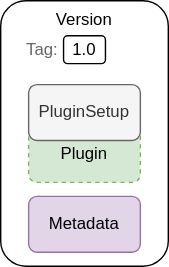
Above: packages/contracts/docs/core/01-how-it-works/02-framework/02-plugin-management/plugin-version.drawio.svg in aragon/osx (draw.io), before the change. Source tidied: cells renumbered, new cells last; positions are measured from the earlier drawing's top-left corner, leaving out a move shared by most shapes. Source of this version:
```xml
<mxGraphModel>
  <root>
    <mxCell id="0" />
    <mxCell id="1" parent="0" />
    <mxCell id="2" value="Version" style="rounded=1;whiteSpace=wrap;html=1;verticalAlign=top;strokeColor=#000000;align=center;" parent="1" vertex="1">
      <mxGeometry width="120" height="190" as="geometry" />
    </mxCell>
    <mxCell id="3" value="Plugin" style="rounded=1;whiteSpace=wrap;html=1;fillColor=#d5e8d4;strokeColor=#82b366;glass=0;sketch=0;shadow=0;dashed=1;" parent="1" vertex="1">
      <mxGeometry x="20" y="90" width="80" height="40" as="geometry" />
    </mxCell>
    <mxCell id="4" value="PluginSetup" style="rounded=1;whiteSpace=wrap;html=1;fillColor=#f5f5f5;strokeColor=#666666;fontColor=#333333;" parent="1" vertex="1">
      <mxGeometry x="20" y="60" width="80" height="40" as="geometry" />
    </mxCell>
    <mxCell id="5" value="1.0" style="rounded=1;whiteSpace=wrap;html=1;verticalAlign=middle;" parent="1" vertex="1">
      <mxGeometry x="45" y="25" width="30" height="20" as="geometry" />
    </mxCell>
    <mxCell id="6" value="Metadata" style="rounded=1;whiteSpace=wrap;html=1;fillColor=#e1d5e7;strokeColor=#9673a6;" parent="1" vertex="1">
      <mxGeometry x="20" y="140" width="80" height="40" as="geometry" />
    </mxCell>
    <mxCell id="7" value="Tag:" style="rounded=1;whiteSpace=wrap;html=1;verticalAlign=middle;fillColor=none;strokeColor=none;fontColor=#666666;" parent="1" vertex="1">
      <mxGeometry x="15" y="25" width="30" height="20" as="geometry" />
    </mxCell>
  </root>
</mxGraphModel>
```
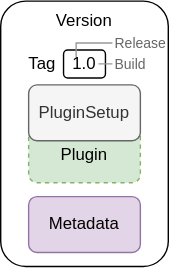
After the commit.

Diff of the diagram source:
```diff
@@ -12,13 +12,32 @@
       <mxGeometry x="20" y="60" width="80" height="40" as="geometry" />
     </mxCell>
     <mxCell id="5" value="1.0" style="rounded=1;whiteSpace=wrap;html=1;verticalAlign=middle;" parent="1" vertex="1">
-      <mxGeometry x="45" y="25" width="30" height="20" as="geometry" />
+      <mxGeometry x="45" y="35" width="30" height="20" as="geometry" />
     </mxCell>
     <mxCell id="6" value="Metadata" style="rounded=1;whiteSpace=wrap;html=1;fillColor=#e1d5e7;strokeColor=#9673a6;" parent="1" vertex="1">
       <mxGeometry x="20" y="140" width="80" height="40" as="geometry" />
     </mxCell>
-    <mxCell id="7" value="Tag:" style="rounded=1;whiteSpace=wrap;html=1;verticalAlign=middle;fillColor=none;strokeColor=none;fontColor=#666666;" parent="1" vertex="1">
-      <mxGeometry x="15" y="25" width="30" height="20" as="geometry" />
+    <mxCell id="7" value="Tag" style="rounded=1;whiteSpace=wrap;html=1;verticalAlign=middle;fillColor=none;strokeColor=none;fontColor=#000000;" parent="1" vertex="1">
+      <mxGeometry x="15" y="35" width="30" height="20" as="geometry" />
     </mxCell>
+    <mxCell id="8" value="&lt;font style=&quot;font-size: 10px;&quot;&gt;Build&lt;/font&gt;" style="rounded=1;whiteSpace=wrap;html=1;verticalAlign=middle;fillColor=none;strokeColor=none;fontColor=#666666;align=left;" parent="1" vertex="1">
+      <mxGeometry x="80" y="40" width="40" height="10" as="geometry" />
+    </mxCell>
+    <mxCell id="9" value="&lt;font style=&quot;font-size: 10px;&quot;&gt;Release&lt;/font&gt;" style="rounded=1;whiteSpace=wrap;html=1;verticalAlign=middle;fillColor=none;strokeColor=none;fontColor=#666666;align=left;" parent="1" vertex="1">
+      <mxGeometry x="80" y="25" width="40" height="10" as="geometry" />
+    </mxCell>
+    <mxCell id="10" style="rounded=0;jettySize=auto;html=1;exitX=1;exitY=0.5;exitDx=0;exitDy=0;fontColor=#7EA6E0;startArrow=none;startFill=0;endArrow=none;endFill=0;strokeColor=#999999;entryX=0;entryY=0.5;entryDx=0;entryDy=0;edgeStyle=orthogonalEdgeStyle;" parent="1" edge="1" target="8">
+      <mxGeometry relative="1" as="geometry">
+        <mxPoint x="70" y="44.9" as="sourcePoint" />
+      </mxGeometry>
+    </mxCell>
+    <mxCell id="11" style="rounded=0;jettySize=auto;html=1;exitX=1;exitY=0.5;exitDx=0;exitDy=0;fontColor=#7EA6E0;startArrow=none;startFill=0;endArrow=none;endFill=0;strokeColor=#999999;entryX=0;entryY=0.5;entryDx=0;entryDy=0;edgeStyle=orthogonalEdgeStyle;" parent="1" edge="1" target="9">
+      <mxGeometry relative="1" as="geometry">
+        <mxPoint x="54" y="40" as="sourcePoint" />
+        <Array as="points">
+          <mxPoint x="54" y="30" />
+        </Array>
+      </mxGeometry>
+    </mxCell>
   </root>
 </mxGraphModel>
```
